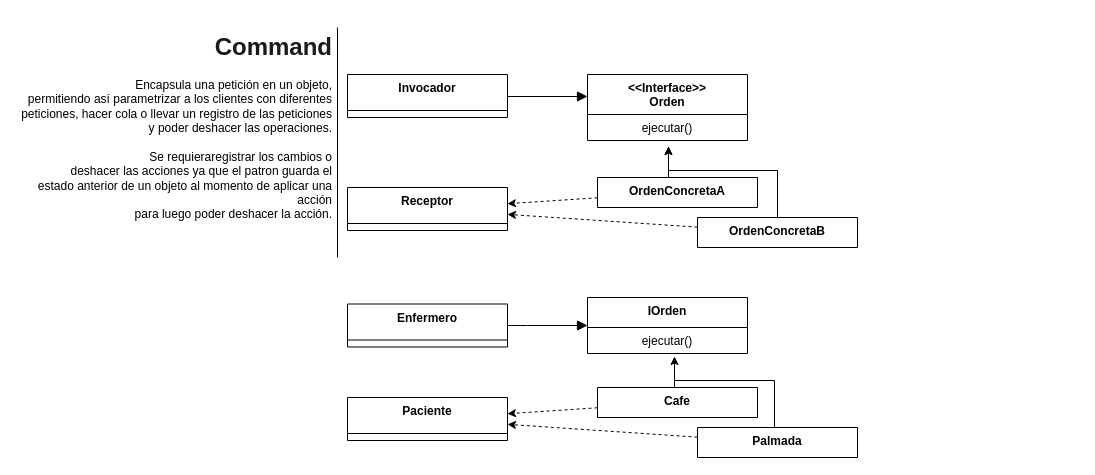
Before: page "5 Command" (2 of 2) of Clase5.drawio in veroyols/I3007_patrones_de_disenio, a draw.io diagram. Source tidied: cells renumbered, new cells numbered last; positions are measured from the earlier drawing's top-left corner, leaving out a move shared by most shapes. Both pictures are drawn from the tidied source at 100%, with x=0, y=0 at pixel (17, 27).
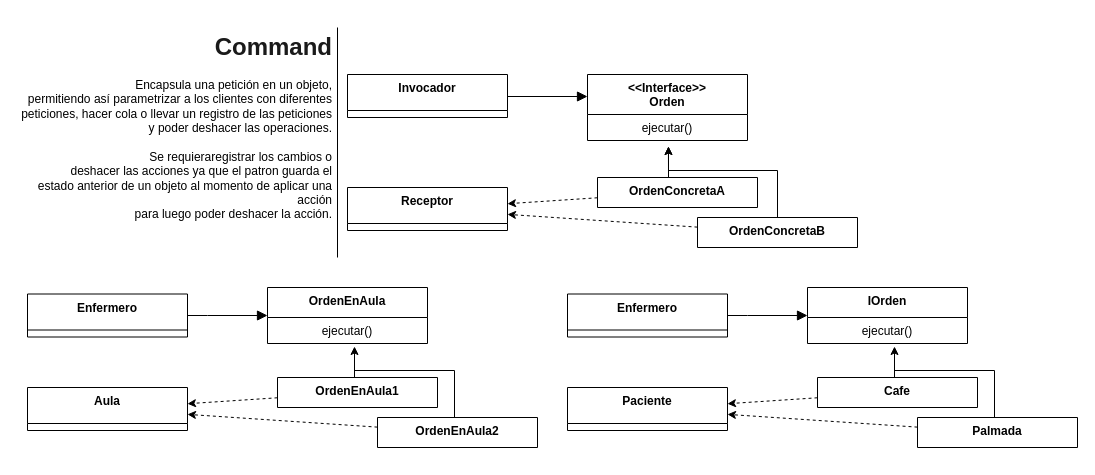
The same page after the edit.

What changed in the source:
```diff
@@
     <mxCell id="15" value="Enfermero" style="swimlane;fontStyle=1;align=center;verticalAlign=top;horizontal=1;startSize=36;" parent="1" vertex="1">
-      <mxGeometry x="330" y="276.5" width="160" height="43" as="geometry" />
+      <mxGeometry x="550" y="266.5" width="160" height="43" as="geometry" />
     </mxCell>
     <mxCell id="16" value="IOrden" style="swimlane;fontStyle=1;align=center;verticalAlign=top;horizontal=1;startSize=30;" parent="1" vertex="1">
-      <mxGeometry x="570" y="270" width="160" height="56" as="geometry" />
+      <mxGeometry x="790" y="260" width="160" height="56" as="geometry" />
     </mxCell>
@@
     <mxCell id="18" style="endArrow=block;html=1;endFill=1;endSize=8;edgeStyle=orthogonalEdgeStyle;rounded=0;entryX=0;entryY=0.5;entryDx=0;entryDy=0;" parent="1" edge="1" source="15" target="16">
       <mxGeometry relative="1" as="geometry">
         <Array as="points">
-          <mxPoint x="510" y="298" />
-          <mxPoint x="510" y="298" />
+          <mxPoint x="730" y="288" />
+          <mxPoint x="730" y="288" />
         </Array>
       </mxGeometry>
     </mxCell>
     <mxCell id="19" style="edgeStyle=orthogonalEdgeStyle;rounded=0;jettySize=auto;html=1;exitX=0.481;exitY=0;exitDx=0;exitDy=0;endArrow=classic;endFill=1;exitPerimeter=0;" parent="1" edge="1" source="20">
       <mxGeometry relative="1" as="geometry">
-        <mxPoint x="657" y="329" as="targetPoint" />
+        <mxPoint x="877" y="319" as="targetPoint" />
         <Array as="points">
-          <mxPoint x="657" y="329" />
+          <mxPoint x="877" y="319" />
         </Array>
       </mxGeometry>
     </mxCell>
     <mxCell id="20" value="Cafe" style="swimlane;fontStyle=1;align=center;verticalAlign=top;horizontal=1;startSize=30;" parent="1" vertex="1">
-      <mxGeometry x="580" y="360" width="160" height="30" as="geometry" />
+      <mxGeometry x="800" y="350" width="160" height="30" as="geometry" />
     </mxCell>
     <mxCell id="21" value="Palmada" style="swimlane;fontStyle=1;align=center;verticalAlign=top;horizontal=1;startSize=30;" parent="1" vertex="1">
-      <mxGeometry x="680" y="400" width="160" height="30" as="geometry" />
+      <mxGeometry x="900" y="390" width="160" height="30" as="geometry" />
     </mxCell>
     <mxCell id="22" style="edgeStyle=orthogonalEdgeStyle;rounded=0;orthogonalLoop=1;jettySize=auto;html=1;exitX=0.5;exitY=0;exitDx=0;exitDy=0;endArrow=none;endFill=0;" parent="1" edge="1">
       <mxGeometry relative="1" as="geometry">
-        <mxPoint x="757" y="400" as="sourcePoint" />
-        <mxPoint x="657" y="353" as="targetPoint" />
+        <mxPoint x="977" y="390" as="sourcePoint" />
+        <mxPoint x="877" y="343" as="targetPoint" />
         <Array as="points">
-          <mxPoint x="757" y="353" />
+          <mxPoint x="977" y="343" />
         </Array>
       </mxGeometry>
     </mxCell>
     <mxCell id="23" value="Paciente" style="swimlane;fontStyle=1;align=center;verticalAlign=top;horizontal=1;startSize=36;" parent="1" vertex="1">
-      <mxGeometry x="330" y="370" width="160" height="43" as="geometry" />
+      <mxGeometry x="550" y="360" width="160" height="43" as="geometry" />
     </mxCell>
@@
+    <mxCell id="26" value="Enfermero" style="swimlane;fontStyle=1;align=center;verticalAlign=top;horizontal=1;startSize=36;" parent="1" vertex="1">
+      <mxGeometry x="10" y="266.5" width="160" height="43" as="geometry" />
+    </mxCell>
+    <mxCell id="27" value="OrdenEnAula" style="swimlane;fontStyle=1;align=center;verticalAlign=top;horizontal=1;startSize=30;" parent="1" vertex="1">
+      <mxGeometry x="250" y="260" width="160" height="56" as="geometry" />
+    </mxCell>
+    <mxCell id="28" value="ejecutar()" style="text;strokeColor=none;fillColor=none;align=center;verticalAlign=top;spacingLeft=4;spacingRight=4;overflow=hidden;" parent="27" vertex="1">
+      <mxGeometry y="30" width="160" height="26" as="geometry" />
+    </mxCell>
+    <mxCell id="29" style="endArrow=block;html=1;endFill=1;endSize=8;edgeStyle=orthogonalEdgeStyle;rounded=0;entryX=0;entryY=0.5;entryDx=0;entryDy=0;" parent="1" edge="1" source="26" target="27">
+      <mxGeometry relative="1" as="geometry">
+        <Array as="points">
+          <mxPoint x="190" y="288" />
+          <mxPoint x="190" y="288" />
+        </Array>
+      </mxGeometry>
+    </mxCell>
+    <mxCell id="30" style="edgeStyle=orthogonalEdgeStyle;rounded=0;jettySize=auto;html=1;exitX=0.481;exitY=0;exitDx=0;exitDy=0;endArrow=classic;endFill=1;exitPerimeter=0;" parent="1" edge="1" source="31">
+      <mxGeometry relative="1" as="geometry">
+        <mxPoint x="337" y="319" as="targetPoint" />
+        <Array as="points">
+          <mxPoint x="337" y="319" />
+        </Array>
+      </mxGeometry>
+    </mxCell>
+    <mxCell id="31" value="OrdenEnAula1" style="swimlane;fontStyle=1;align=center;verticalAlign=top;horizontal=1;startSize=30;" parent="1" vertex="1">
+      <mxGeometry x="260" y="350" width="160" height="30" as="geometry" />
+    </mxCell>
+    <mxCell id="32" value="OrdenEnAula2" style="swimlane;fontStyle=1;align=center;verticalAlign=top;horizontal=1;startSize=30;" parent="1" vertex="1">
+      <mxGeometry x="360" y="390" width="160" height="30" as="geometry" />
+    </mxCell>
+    <mxCell id="33" style="edgeStyle=orthogonalEdgeStyle;rounded=0;orthogonalLoop=1;jettySize=auto;html=1;exitX=0.5;exitY=0;exitDx=0;exitDy=0;endArrow=none;endFill=0;" parent="1" edge="1">
+      <mxGeometry relative="1" as="geometry">
+        <mxPoint x="437" y="390" as="sourcePoint" />
+        <mxPoint x="337" y="343" as="targetPoint" />
+        <Array as="points">
+          <mxPoint x="437" y="343" />
+        </Array>
+      </mxGeometry>
+    </mxCell>
+    <mxCell id="34" value="Aula" style="swimlane;fontStyle=1;align=center;verticalAlign=top;horizontal=1;startSize=36;" parent="1" vertex="1">
+      <mxGeometry x="10" y="360" width="160" height="43" as="geometry" />
+    </mxCell>
+    <mxCell id="35" style="endArrow=classic;html=1;dashed=1;" parent="1" edge="1" source="31" target="34">
+      <mxGeometry relative="1" as="geometry" />
+    </mxCell>
+    <mxCell id="36" style="endArrow=classic;html=1;dashed=1;" parent="1" edge="1" source="32" target="34">
+      <mxGeometry relative="1" as="geometry" />
+    </mxCell>
```
